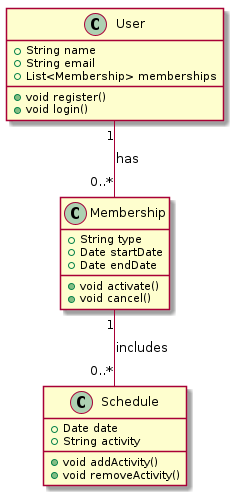
ovsergeyev/fitLife keeps this PlantUML diagram as diagrams/code/FitLife_Code_Membership.png. Above is the earlier version.
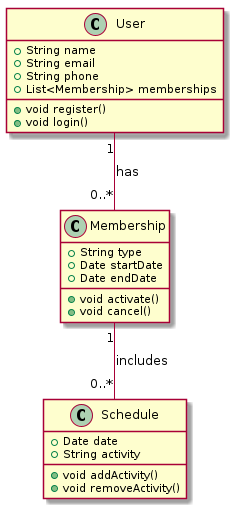
Later version of the same file.

Commit message:
Automated diagram generation

Diff of the diagram source:
```diff
@@ -2,6 +2,7 @@
 class User {
   +String name
   +String email
+  +String phone
   +List<Membership> memberships
   +void register()
   +void login()
```
